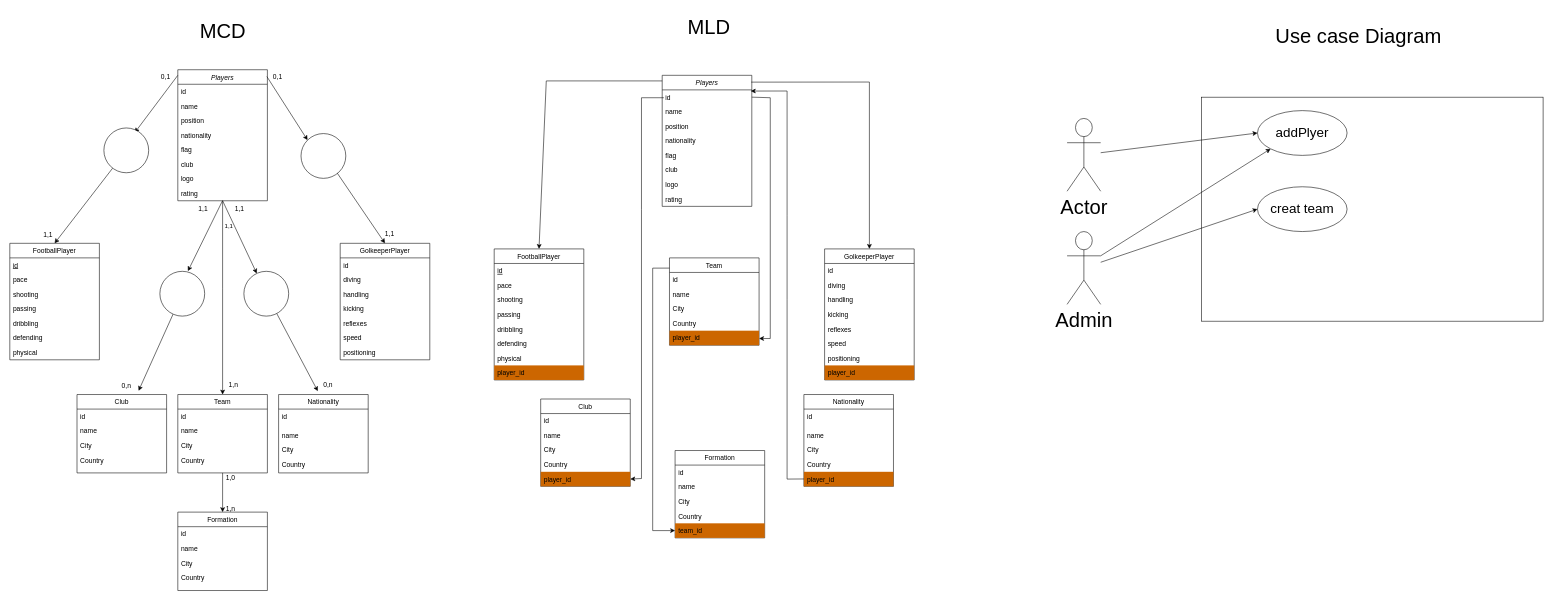
The draw.io diagram page "Page-1" (1 of 3) of Untitled Diagram.drawio in hamza-saaf/Brief_8_FUT_Champions_Web_App_Back_End, before the edit. Source tidied: cells renumbered, new cells numbered last; positions are measured from the earlier drawing's top-left corner, leaving out a move shared by most shapes. Both pictures are drawn from the tidied source at 56%, with x=0, y=0 at pixel (10, 10).
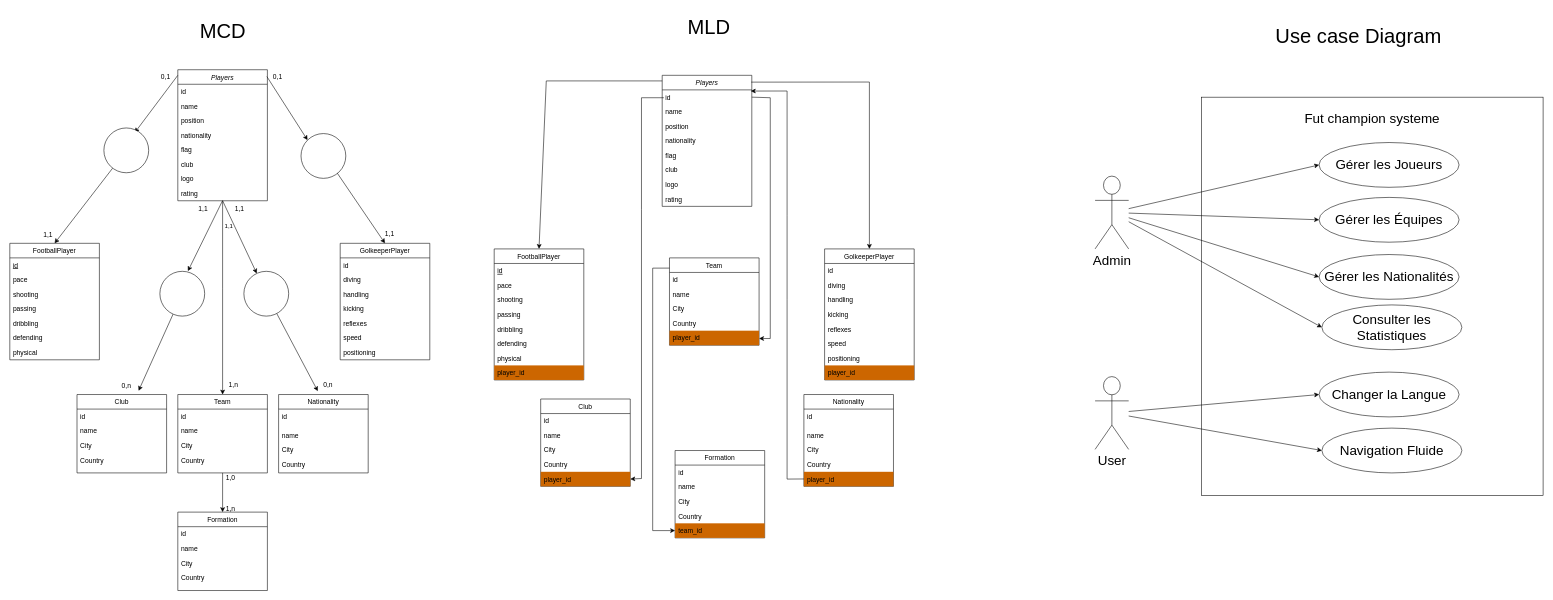
The same page after the edit.

Commit message:
MCD & MLD & Use Case diagram

What changed in the source:
```diff
@@
     <mxCell id="122" style="whiteSpace=wrap;html=1;" parent="1" vertex="1">
-      <mxGeometry x="2128" y="156" width="610" height="400" as="geometry" />
+      <mxGeometry x="2128" y="156" width="610" height="711" as="geometry" />
     </mxCell>
@@
-    <mxCell id="134" value="&lt;font style=&quot;font-size: 36px;&quot;&gt;Actor&lt;/font&gt;" style="shape=umlActor;verticalLabelPosition=bottom;verticalAlign=top;html=1;outlineConnect=0;" parent="1" vertex="1">
-      <mxGeometry x="1888" y="194" width="60" height="130" as="geometry" />
-    </mxCell>
-    <mxCell id="135" value="&lt;font style=&quot;font-size: 24px;&quot;&gt;addPlyer&lt;/font&gt;" style="ellipse;whiteSpace=wrap;html=1;" parent="1" vertex="1">
-      <mxGeometry x="2228" y="180" width="160" height="80" as="geometry" />
+    <mxCell id="135" value="&lt;font style=&quot;font-size: 24px;&quot;&gt;Gérer les Joueurs&lt;/font&gt;" style="ellipse;whiteSpace=wrap;html=1;" parent="1" vertex="1">
+      <mxGeometry x="2338" y="237" width="250" height="80" as="geometry" />
     </mxCell>
-    <mxCell id="136" style="endArrow=classic;html=1;rounded=0;entryX=0;entryY=0.5;entryDx=0;entryDy=0;" parent="1" edge="1" source="134" target="135">
-      <mxGeometry relative="1" as="geometry" />
-    </mxCell>
-    <mxCell id="137" value="&lt;font style=&quot;font-size: 36px;&quot;&gt;Admin&lt;/font&gt;" style="shape=umlActor;verticalLabelPosition=bottom;verticalAlign=top;html=1;outlineConnect=0;" parent="1" vertex="1">
-      <mxGeometry x="1888" y="396" width="60" height="130" as="geometry" />
+    <mxCell id="137" value="&lt;font style=&quot;font-size: 24px;&quot;&gt;Admin&lt;/font&gt;" style="shape=umlActor;verticalLabelPosition=bottom;verticalAlign=top;html=1;outlineConnect=0;" parent="1" vertex="1">
+      <mxGeometry x="1938" y="297" width="60" height="130" as="geometry" />
     </mxCell>
-    <mxCell id="138" value="&lt;font style=&quot;font-size: 24px;&quot;&gt;creat team&lt;/font&gt;" style="ellipse;whiteSpace=wrap;html=1;" parent="1" vertex="1">
-      <mxGeometry x="2228" y="316" width="160" height="80" as="geometry" />
+    <mxCell id="138" value="&lt;font style=&quot;font-size: 24px;&quot;&gt;Gérer les Équipes&lt;/font&gt;" style="ellipse;whiteSpace=wrap;html=1;" parent="1" vertex="1">
+      <mxGeometry x="2338" y="335" width="250" height="80" as="geometry" />
     </mxCell>
-    <mxCell id="139" style="endArrow=classic;html=1;rounded=0;exitX=1;exitY=0.3333333333333333;exitDx=0;exitDy=0;exitPerimeter=0;entryX=0;entryY=1;entryDx=0;entryDy=0;" parent="1" edge="1" source="137" target="135">
-      <mxGeometry relative="1" as="geometry" />
+    <mxCell id="139" style="endArrow=classic;html=1;rounded=0;" parent="1" edge="1" source="137">
+      <mxGeometry relative="1" as="geometry">
+        <mxPoint x="2338" y="277" as="targetPoint" />
+      </mxGeometry>
     </mxCell>
@@
+    <mxCell id="141" value="&lt;font style=&quot;font-size: 24px;&quot;&gt;Fut champion systeme&lt;/font&gt;" style="text;strokeColor=none;align=center;fillColor=none;html=1;verticalAlign=middle;whiteSpace=wrap;rounded=0;" parent="1" vertex="1">
+      <mxGeometry x="2288" y="167" width="290" height="56" as="geometry" />
+    </mxCell>
+    <mxCell id="142" value="&lt;font style=&quot;font-size: 24px;&quot;&gt;Gérer les Nationalités&lt;/font&gt;" style="ellipse;whiteSpace=wrap;html=1;" parent="1" vertex="1">
+      <mxGeometry x="2338" y="437" width="250" height="80" as="geometry" />
+    </mxCell>
+    <mxCell id="143" style="endArrow=classic;html=1;rounded=0;entryX=0;entryY=0.5;entryDx=0;entryDy=0;" parent="1" edge="1" source="137" target="142">
+      <mxGeometry relative="1" as="geometry" />
+    </mxCell>
+    <mxCell id="144" value="&lt;font style=&quot;font-size: 24px;&quot;&gt;Changer la Langue&lt;/font&gt;" style="ellipse;whiteSpace=wrap;html=1;" parent="1" vertex="1">
+      <mxGeometry x="2338" y="647" width="250" height="80" as="geometry" />
+    </mxCell>
+    <mxCell id="145" style="endArrow=classic;html=1;rounded=0;entryX=0;entryY=0.5;entryDx=0;entryDy=0;" parent="1" edge="1" source="148" target="144">
+      <mxGeometry relative="1" as="geometry" />
+    </mxCell>
+    <mxCell id="146" value="&lt;font style=&quot;font-size: 24px;&quot;&gt;Consulter les Statistiques&lt;/font&gt;" style="ellipse;whiteSpace=wrap;html=1;" parent="1" vertex="1">
+      <mxGeometry x="2343" y="527" width="250" height="80" as="geometry" />
+    </mxCell>
+    <mxCell id="147" style="endArrow=classic;html=1;rounded=0;entryX=0;entryY=0.5;entryDx=0;entryDy=0;" parent="1" edge="1" source="137" target="146">
+      <mxGeometry relative="1" as="geometry" />
+    </mxCell>
+    <mxCell id="148" value="&lt;font style=&quot;font-size: 24px;&quot;&gt;User&lt;/font&gt;" style="shape=umlActor;verticalLabelPosition=bottom;verticalAlign=top;html=1;outlineConnect=0;" parent="1" vertex="1">
+      <mxGeometry x="1938" y="655" width="60" height="130" as="geometry" />
+    </mxCell>
+    <mxCell id="149" value="&lt;font style=&quot;font-size: 24px;&quot;&gt;Navigation Fluide&lt;/font&gt;" style="ellipse;whiteSpace=wrap;html=1;" parent="1" vertex="1">
+      <mxGeometry x="2343" y="747" width="250" height="80" as="geometry" />
+    </mxCell>
+    <mxCell id="150" style="endArrow=classic;html=1;rounded=0;entryX=0;entryY=0.5;entryDx=0;entryDy=0;" parent="1" edge="1" source="148" target="149">
+      <mxGeometry relative="1" as="geometry" />
+    </mxCell>
```
